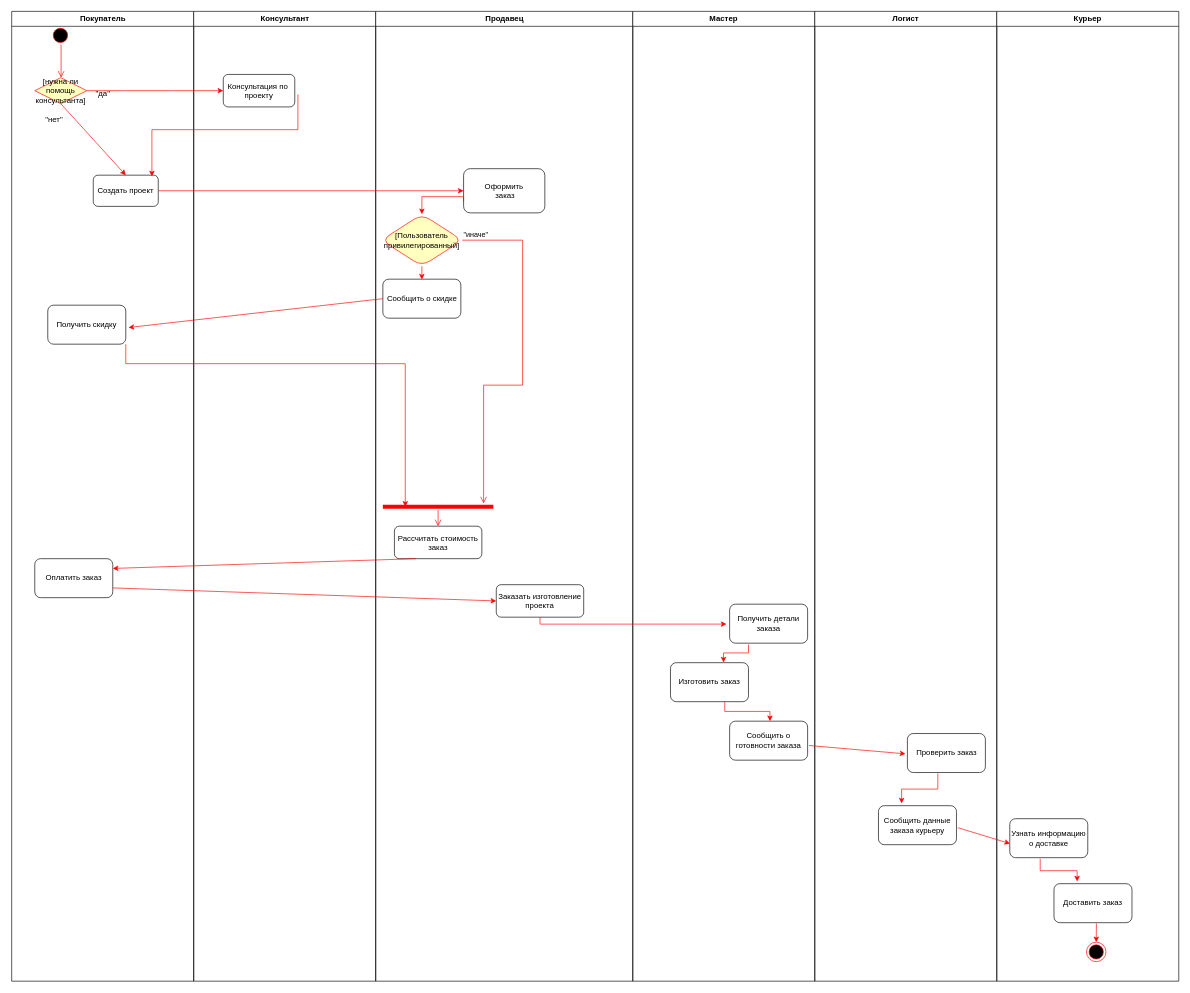
Before: activity diagram.drawio in shatanov/IT-exams, a draw.io diagram. Source tidied: cells renumbered, new cells numbered last; positions are measured from the earlier drawing's top-left corner, leaving out a move shared by most shapes. Both pictures are drawn from the tidied source at 65%, with x=0, y=0 at pixel (11, 11).
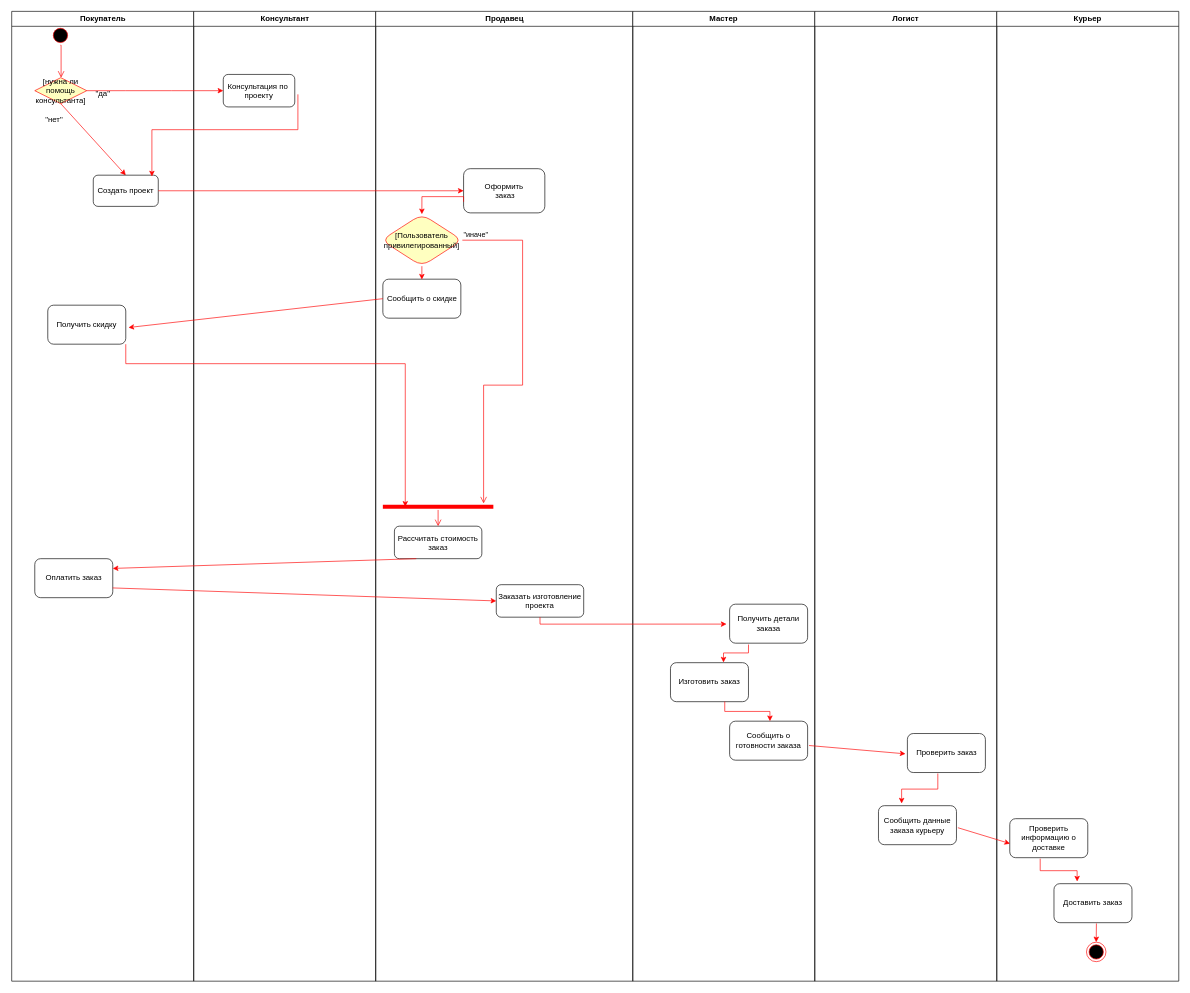
After the change.

The change refers to these unchanged cells:
```xml
<mxCell id="36" value="Курьер" style="swimlane;whiteSpace=wrap;" parent="1" vertex="1">
  <mxGeometry x="1516" width="280" height="1492" as="geometry" />
</mxCell>
```

Change to the diagram source:
```diff
@@
-    <mxCell id="38" value="Узнать информацию о доставке" style="rounded=1;whiteSpace=wrap;html=1;" parent="36" vertex="1">
+    <mxCell id="38" value="Проверить информацию о доставке" style="rounded=1;whiteSpace=wrap;html=1;" parent="36" vertex="1">
       <mxGeometry x="20" y="1242" width="120" height="60" as="geometry" />
     </mxCell>
```
